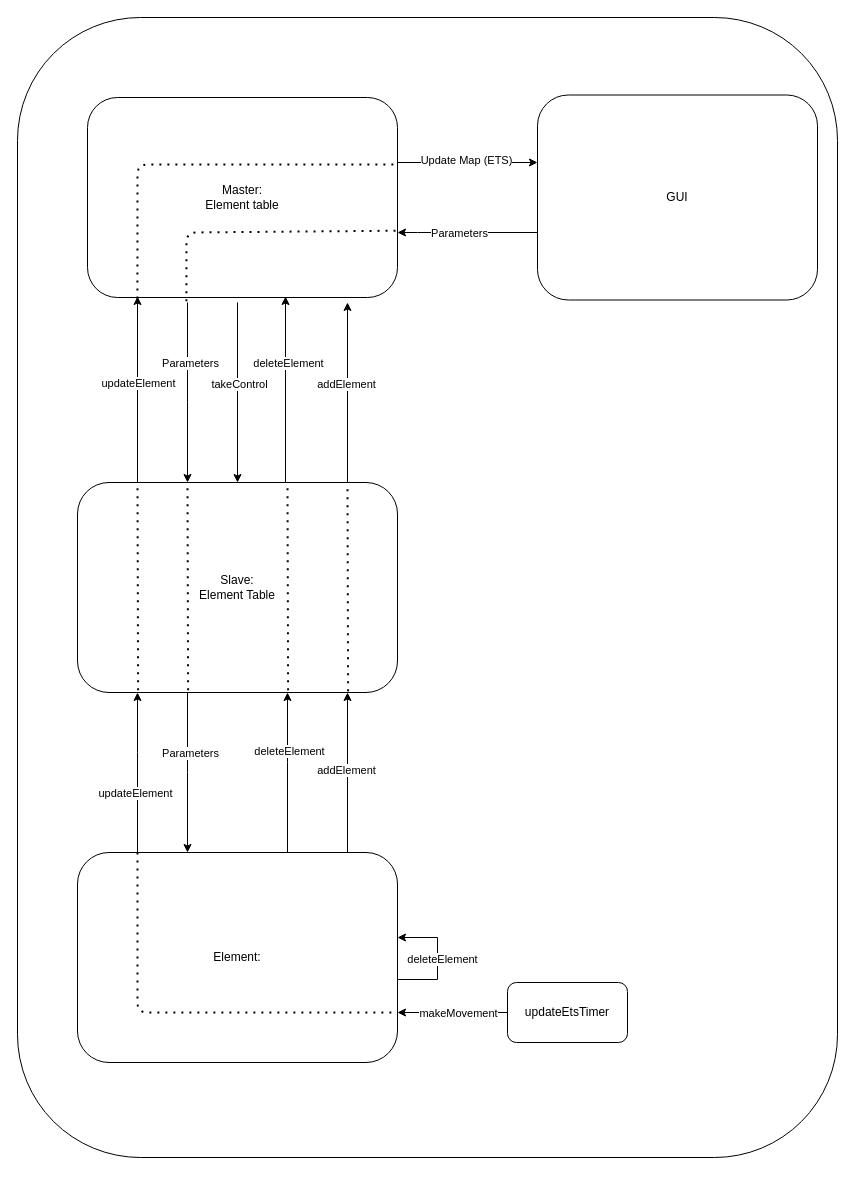
This is page "TOP" (1 of 4) of ProjectDiagram.drawio from DGridish/TBRPF_protocol_project, a draw.io file, before an edit. Source tidied: cells renumbered, new cells numbered last; positions are measured from the earlier drawing's top-left corner, leaving out a move shared by most shapes. Both pictures are drawn from the tidied source at 100%, with x=0, y=0 at pixel (17, 17).
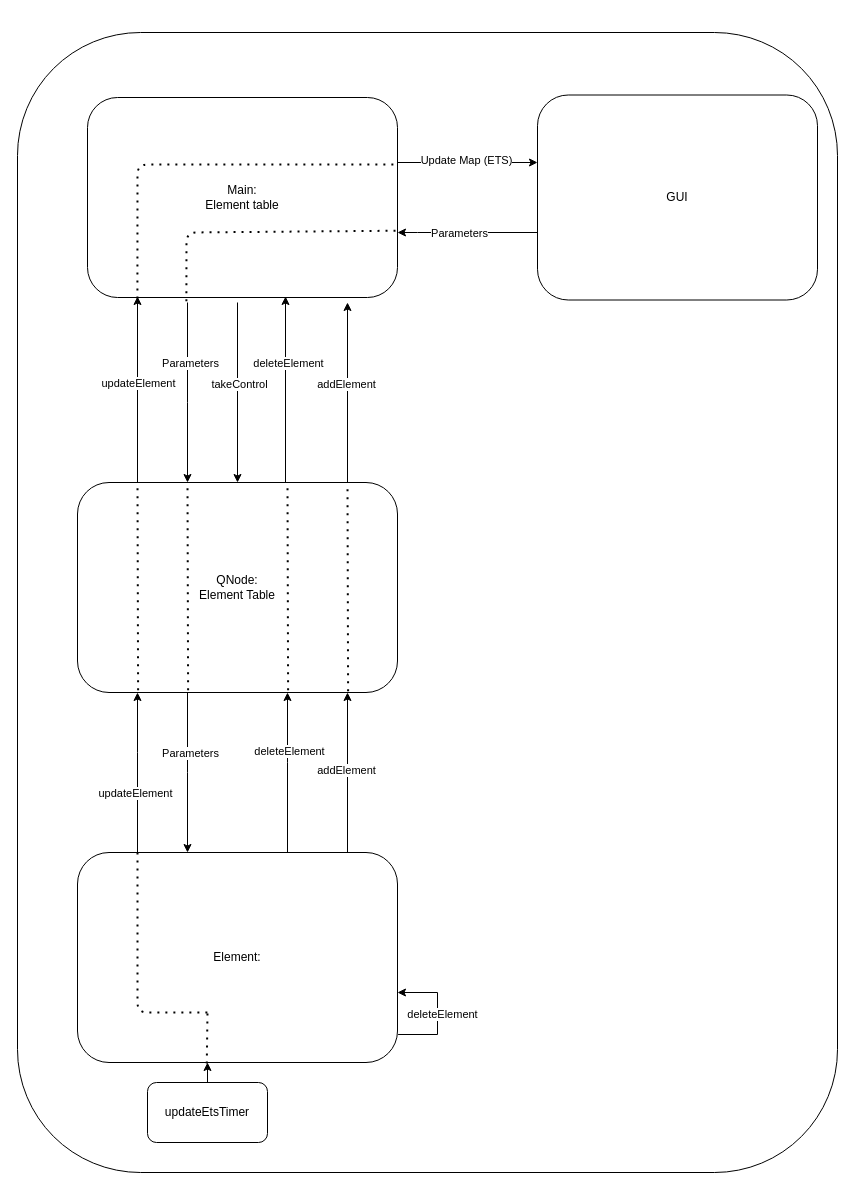
After the change.

The change refers to these unchanged cells:
```xml
<mxCell id="23" value="Element:&lt;br&gt;" style="whiteSpace=wrap;html=1;rounded=1;" parent="1" vertex="1">
  <mxGeometry x="60" y="835" width="320" height="210" as="geometry" />
</mxCell>
```

The edit, as a diff of the source:
```diff
@@
     <mxCell id="2" style="rounded=1;whiteSpace=wrap;html=1;" parent="1" vertex="1">
-      <mxGeometry width="820" height="1140" as="geometry" />
+      <mxGeometry y="15" width="820" height="1140" as="geometry" />
     </mxCell>
@@
-    <mxCell id="5" value="Master:&lt;br&gt;Element table" style="rounded=1;whiteSpace=wrap;html=1;" parent="1" vertex="1">
+    <mxCell id="5" value="Main:&lt;br&gt;Element table" style="rounded=1;whiteSpace=wrap;html=1;" parent="1" vertex="1">
       <mxGeometry x="70" y="80" width="310" height="200" as="geometry" />
     </mxCell>
@@
-    <mxCell id="18" value="Slave:&lt;br&gt;Element Table" style="whiteSpace=wrap;html=1;rounded=1;" parent="1" vertex="1">
+    <mxCell id="18" value="QNode:&lt;br&gt;Element Table" style="whiteSpace=wrap;html=1;rounded=1;" parent="1" vertex="1">
       <mxGeometry x="60" y="465" width="320" height="210" as="geometry" />
     </mxCell>
-    <mxCell id="19" style="edgeStyle=orthogonalEdgeStyle;rounded=0;jettySize=auto;html=1;startArrow=classic;startFill=1;endArrow=none;endFill=0;" parent="1" edge="1" target="29">
-      <mxGeometry relative="1" as="geometry">
-        <mxPoint x="380" y="995" as="sourcePoint" />
-        <Array as="points">
-          <mxPoint x="420" y="995" />
-          <mxPoint x="420" y="995" />
-        </Array>
-      </mxGeometry>
-    </mxCell>
-    <mxCell id="20" value="makeMovement" style="edgeLabel;html=1;align=center;verticalAlign=middle;" parent="19" vertex="1">
-      <mxGeometry x="0.16" y="1" relative="1" as="geometry">
-        <mxPoint x="-4" y="1" as="offset" />
-      </mxGeometry>
-    </mxCell>
@@
+    <mxCell id="41" style="edgeStyle=orthogonalEdgeStyle;rounded=0;jettySize=auto;html=1;" parent="1" edge="1" source="29">
+      <mxGeometry relative="1" as="geometry">
+        <mxPoint x="190" y="1045" as="targetPoint" />
+      </mxGeometry>
+    </mxCell>
     <mxCell id="29" value="updateEtsTimer" style="whiteSpace=wrap;html=1;rounded=1;" parent="1" vertex="1">
-      <mxGeometry x="490" y="965" width="120" height="60" as="geometry" />
+      <mxGeometry x="130" y="1065" width="120" height="60" as="geometry" />
     </mxCell>
     <mxCell id="30" style="edgeStyle=orthogonalEdgeStyle;rounded=0;orthogonalLoop=1;jettySize=auto;html=1;entryX=1.002;entryY=0.7;entryDx=0;entryDy=0;entryPerimeter=0;startArrow=classic;startFill=1;endArrow=none;endFill=0;" parent="1" edge="1">
       <mxGeometry relative="1" as="geometry">
-        <mxPoint x="380" y="920" as="sourcePoint" />
-        <mxPoint x="380.6" y="962" as="targetPoint" />
+        <mxPoint x="380" y="975" as="sourcePoint" />
+        <mxPoint x="380.6" y="1017" as="targetPoint" />
         <Array as="points">
-          <mxPoint x="420" y="920" />
-          <mxPoint x="420" y="962" />
+          <mxPoint x="420" y="975" />
+          <mxPoint x="420" y="1017" />
         </Array>
       </mxGeometry>
     </mxCell>
@@
     <mxCell id="40" style="endArrow=none;dashed=1;html=1;dashPattern=1 3;strokeWidth=2;" parent="1" edge="1">
       <mxGeometry relative="1" as="geometry">
         <mxPoint x="120" y="835" as="sourcePoint" />
-        <mxPoint x="380" y="995" as="targetPoint" />
+        <mxPoint x="190" y="995" as="targetPoint" />
         <Array as="points">
           <mxPoint x="120" y="995" />
         </Array>
       </mxGeometry>
     </mxCell>
+    <mxCell id="42" style="endArrow=none;dashed=1;html=1;dashPattern=1 3;strokeWidth=2;exitX=0.404;exitY=1.005;exitDx=0;exitDy=0;exitPerimeter=0;" parent="1" edge="1" source="23">
+      <mxGeometry relative="1" as="geometry">
+        <mxPoint x="190" y="995" as="targetPoint" />
+      </mxGeometry>
+    </mxCell>
```
